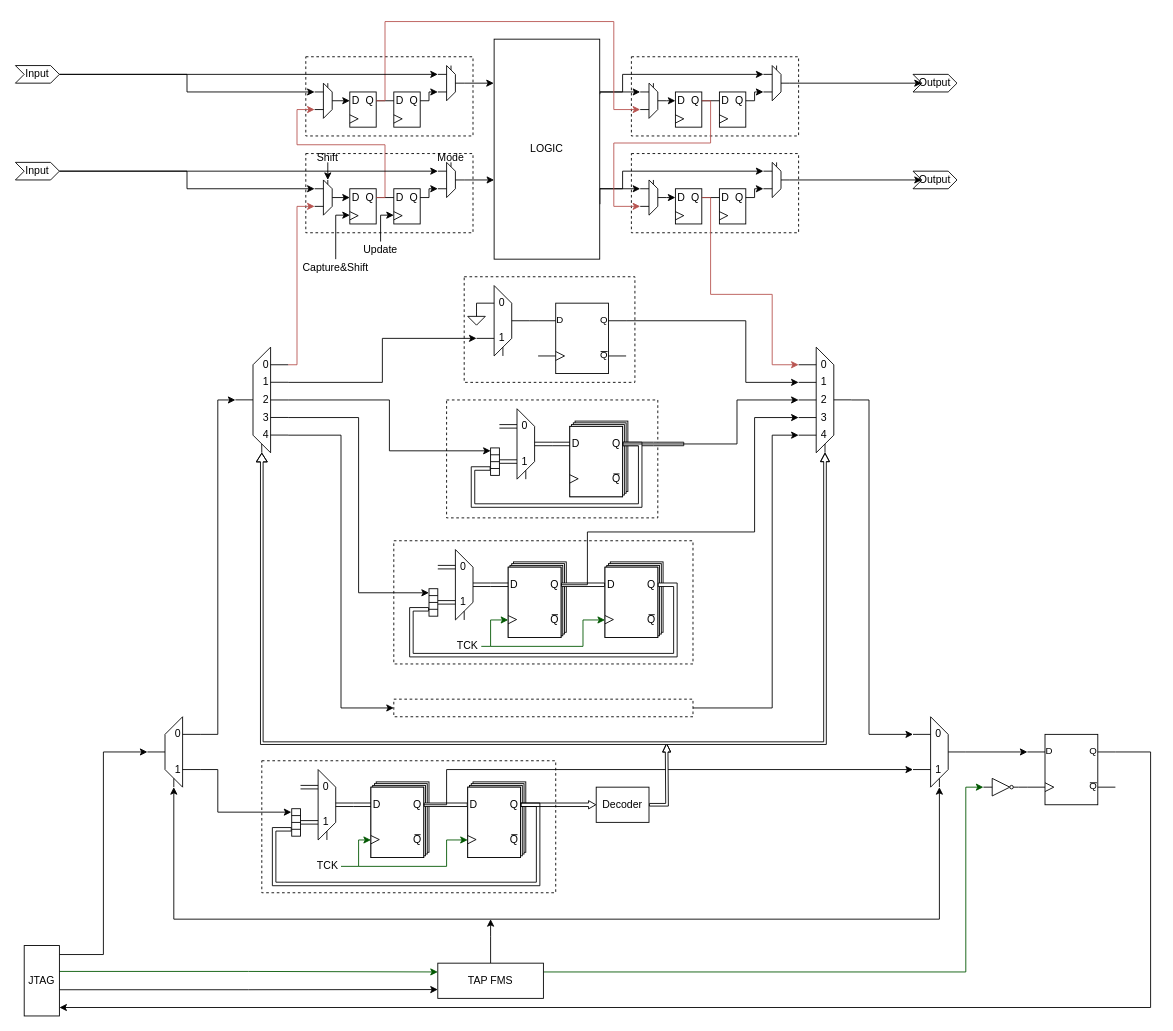
This is JTAG.drawio from Verdvana/JTAG, a draw.io file, before an edit. Source tidied: cells renumbered, new cells numbered last; positions are measured from the earlier drawing's top-left corner, leaving out a move shared by most shapes. Both pictures are drawn from the tidied source at 88%, with x=0, y=0 at pixel (15, 21).
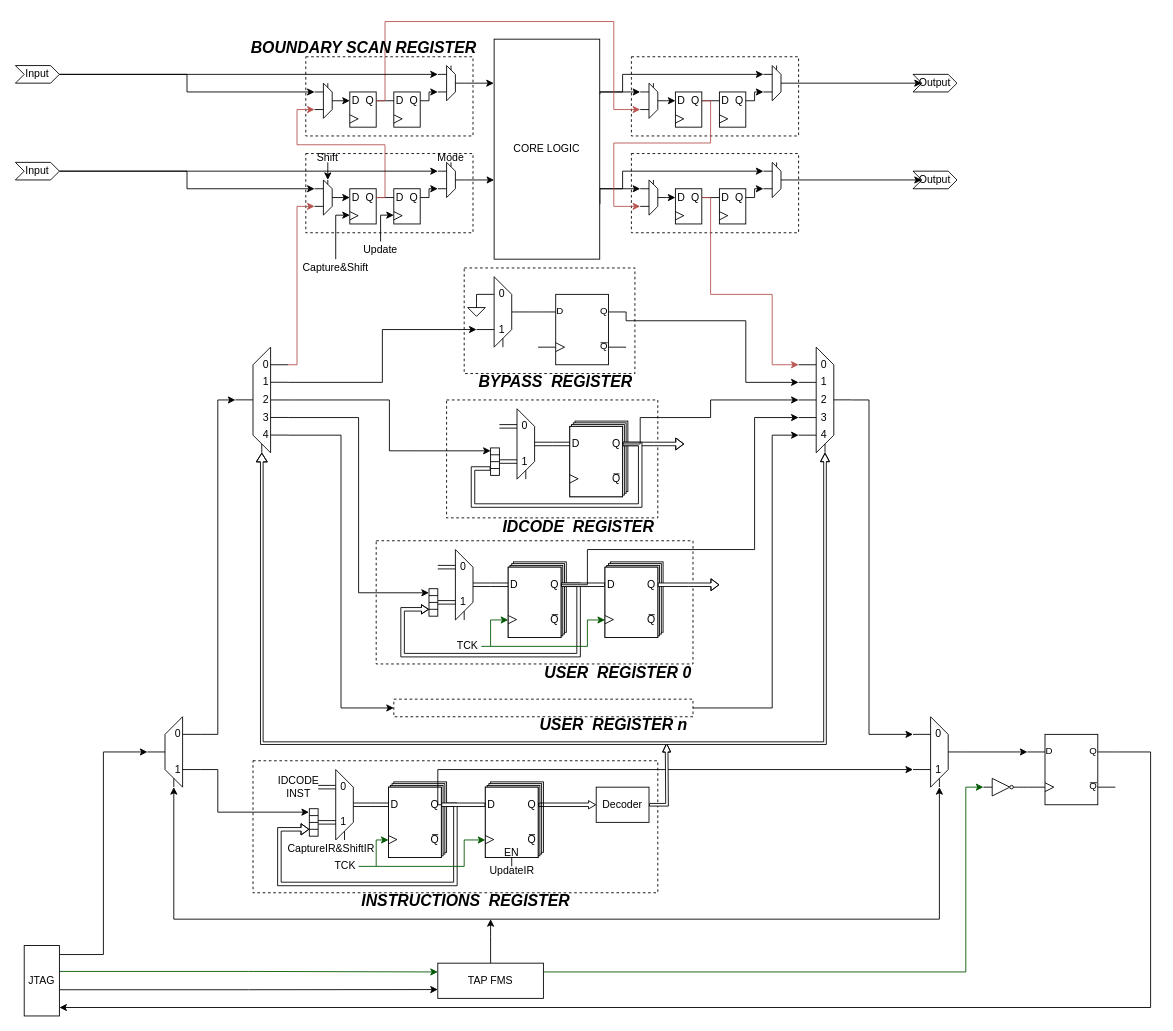
The same diagram, later.

The change refers to these unchanged cells:
```xml
<mxCell id="7" style="group;" parent="1" vertex="1">
  <mxGeometry x="630" y="454" width="100" height="110" as="geometry" />
</mxCell>
<mxCell id="17" value="Q" style="text;align=center;html=1;verticalAlign=middle;whiteSpace=wrap;rounded=0;" parent="7" vertex="1">
  <mxGeometry x="46" y="20" width="14" height="12" as="geometry" />
</mxCell>
<mxCell id="58" style="whiteSpace=wrap;html=1;" parent="53" vertex="1">
  <mxGeometry y="6" width="60" height="80" as="geometry" />
</mxCell>
<mxCell id="61" value="D" style="text;strokeColor=none;align=center;fillColor=none;html=1;verticalAlign=middle;whiteSpace=wrap;rounded=0;" parent="53" vertex="1">
  <mxGeometry y="20" width="14" height="12" as="geometry" />
</mxCell>
<mxCell id="62" value="Q" style="text;strokeColor=none;align=center;fillColor=none;html=1;verticalAlign=middle;whiteSpace=wrap;rounded=0;" parent="53" vertex="1">
  <mxGeometry x="46" y="20" width="14" height="12" as="geometry" />
</mxCell>
<mxCell id="86" style="whiteSpace=wrap;html=1;" parent="81" vertex="1">
  <mxGeometry y="6" width="60" height="80" as="geometry" />
</mxCell>
<mxCell id="90" value="Q" style="text;strokeColor=none;align=center;fillColor=none;html=1;verticalAlign=middle;whiteSpace=wrap;rounded=0;" parent="81" vertex="1">
  <mxGeometry x="46" y="20" width="14" height="12" as="geometry" />
</mxCell>
<mxCell id="100" style="whiteSpace=wrap;html=1;" parent="95" vertex="1">
  <mxGeometry y="6" width="60" height="80" as="geometry" />
</mxCell>
<mxCell id="104" value="Q" style="text;strokeColor=none;align=center;fillColor=none;html=1;verticalAlign=middle;whiteSpace=wrap;rounded=0;" parent="95" vertex="1">
  <mxGeometry x="46" y="20" width="14" height="12" as="geometry" />
</mxCell>
<mxCell id="119" style="whiteSpace=wrap;html=1;rotation=-90;" parent="1" vertex="1">
  <mxGeometry x="459.4" y="655.1" width="31.2" height="10" as="geometry" />
</mxCell>
<mxCell id="128" style="whiteSpace=wrap;html=1;" parent="123" vertex="1">
  <mxGeometry y="6" width="60" height="80" as="geometry" />
</mxCell>
<mxCell id="132" value="Q" style="text;strokeColor=none;align=center;fillColor=none;html=1;verticalAlign=middle;whiteSpace=wrap;rounded=0;" parent="123" vertex="1">
  <mxGeometry x="46" y="20" width="14" height="12" as="geometry" />
</mxCell>
<mxCell id="163" style="group;" parent="1" vertex="1">
  <mxGeometry x="1020" y="790" width="60" height="80" as="geometry" />
</mxCell>
<mxCell id="196" style="group;points=[[0,0,0,0,20],[0,0.25,0,0,10],[0,0.5,0,0,0],[0,0.75,0,0,-10],[0,1,0,0,-20],[0.5,1,0,0,0],[1,0.5,0,0,0]];" parent="1" vertex="1">
  <mxGeometry x="890" y="370" width="60" height="120" as="geometry" />
</mxCell>
```

What changed in the source:
```diff
@@
     <mxCell id="4" style="rounded=0;whiteSpace=wrap;html=1;fillColor=none;dashed=1;" parent="1" vertex="1">
-      <mxGeometry x="280" y="840" width="334" height="150" as="geometry" />
+      <mxGeometry x="270" y="840" width="460" height="150" as="geometry" />
     </mxCell>
     <mxCell id="5" style="rounded=0;whiteSpace=wrap;html=1;fillColor=none;dashed=1;" parent="1" vertex="1">
-      <mxGeometry x="430" y="590" width="340" height="140" as="geometry" />
+      <mxGeometry x="410" y="590" width="360" height="140" as="geometry" />
     </mxCell>
     <mxCell id="6" style="rounded=0;whiteSpace=wrap;html=1;fillColor=none;dashed=1;" parent="1" vertex="1">
-      <mxGeometry x="510" y="290" width="194" height="120" as="geometry" />
+      <mxGeometry x="510" y="280" width="194" height="120" as="geometry" />
     </mxCell>
@@
-    <mxCell id="20" style="edgeStyle=orthogonalEdgeStyle;rounded=0;jettySize=auto;html=1;exitX=1;exitY=0.5;exitDx=0;exitDy=0;shape=flexArrow;endArrow=none;endFill=0;width=4;fillColor=default;" parent="7" edge="1" source="17">
+    <mxCell id="20" style="edgeStyle=orthogonalEdgeStyle;rounded=0;jettySize=auto;html=1;exitX=1;exitY=0.5;exitDx=0;exitDy=0;shape=flexArrow;endArrow=block;endFill=0;width=4;fillColor=default;endWidth=8.524590163934427;endSize=2.695081967213115;" parent="7" edge="1" source="17">
       <mxGeometry relative="1" as="geometry">
         <mxPoint x="130" y="26" as="targetPoint" />
       </mxGeometry>
     </mxCell>
@@
     <mxCell id="22" style="verticalLabelPosition=bottom;shadow=0;dashed=0;align=center;html=1;verticalAlign=top;shape=mxgraph.electrical.logic_gates.d_type_flip-flop;" parent="1" vertex="1">
-      <mxGeometry x="594" y="320" width="100" height="80" as="geometry" />
+      <mxGeometry x="594" y="310" width="100" height="80" as="geometry" />
     </mxCell>
     <mxCell id="23" style="group;" parent="1" vertex="1">
-      <mxGeometry x="524" y="300" width="60" height="80" as="geometry" />
+      <mxGeometry x="524" y="290" width="60" height="80" as="geometry" />
     </mxCell>
@@
     <mxCell id="34" style="edgeStyle=orthogonalEdgeStyle;rounded=0;jettySize=auto;html=1;exitX=0;exitY=0.25;exitDx=0;exitDy=0;endArrow=none;endFill=0;" parent="1" edge="1" source="23">
       <mxGeometry relative="1" as="geometry">
-        <mxPoint x="524" y="330" as="targetPoint" />
+        <mxPoint x="524" y="320" as="targetPoint" />
       </mxGeometry>
     </mxCell>
     <mxCell id="35" style="verticalLabelPosition=bottom;shadow=0;dashed=0;align=center;html=1;verticalAlign=top;shape=mxgraph.electrical.signal_sources.signal_ground;" parent="1" vertex="1">
-      <mxGeometry x="514" y="330" width="20" height="15" as="geometry" />
+      <mxGeometry x="514" y="320" width="20" height="15" as="geometry" />
     </mxCell>
@@
     <mxCell id="53" style="group;" parent="1" vertex="1">
-      <mxGeometry x="404" y="864" width="66" height="86" as="geometry" />
+      <mxGeometry x="424" y="864" width="66" height="86" as="geometry" />
     </mxCell>
@@
     <mxCell id="65" style="edgeStyle=orthogonalEdgeStyle;rounded=0;jettySize=auto;html=1;exitX=1;exitY=0.5;exitDx=0;exitDy=0;entryX=0;entryY=0.5;entryDx=0;entryDy=0;endArrow=none;endFill=0;shape=link;" parent="1" edge="1" target="61">
       <mxGeometry relative="1" as="geometry">
-        <mxPoint x="384" y="890" as="sourcePoint" />
+        <mxPoint x="404" y="890" as="sourcePoint" />
       </mxGeometry>
     </mxCell>
     <mxCell id="66" style="group;" parent="1" vertex="1">
-      <mxGeometry x="324" y="850" width="60" height="80" as="geometry" />
+      <mxGeometry x="344" y="850" width="60" height="80" as="geometry" />
     </mxCell>
@@
     <mxCell id="77" style="whiteSpace=wrap;html=1;rotation=-90;" parent="1" vertex="1">
-      <mxGeometry x="303.4" y="905.1" width="31.2" height="10" as="geometry" />
+      <mxGeometry x="323.4" y="905.1" width="31.2" height="10" as="geometry" />
     </mxCell>
@@
     <mxCell id="81" style="group;" parent="1" vertex="1">
-      <mxGeometry x="514" y="864" width="66" height="86" as="geometry" />
+      <mxGeometry x="534" y="864" width="66" height="86" as="geometry" />
     </mxCell>
@@
+    <mxCell id="398" value="EN" style="text;strokeColor=none;align=center;fillColor=none;html=1;verticalAlign=middle;whiteSpace=wrap;rounded=0;" parent="81" vertex="1">
+      <mxGeometry x="20" y="76" width="20" height="10" as="geometry" />
+    </mxCell>
-    <mxCell id="93" style="edgeStyle=orthogonalEdgeStyle;rounded=0;jettySize=auto;html=1;exitX=1;exitY=0.5;exitDx=0;exitDy=0;entryX=0.25;entryY=0;entryDx=0;entryDy=0;shape=flexArrow;endArrow=none;endFill=0;width=4;fillColor=default;" parent="1" edge="1" source="90" target="77">
+    <mxCell id="93" style="edgeStyle=orthogonalEdgeStyle;rounded=0;jettySize=auto;html=1;entryX=0.25;entryY=0;entryDx=0;entryDy=0;shape=flexArrow;endArrow=block;endFill=0;width=4;fillColor=default;endWidth=7.792207792207792;endSize=2.644155844155844;" parent="1" edge="1" target="77">
       <mxGeometry relative="1" as="geometry">
+        <mxPoint x="490" y="890" as="sourcePoint" />
         <Array as="points">
-          <mxPoint x="594" y="890" />
-          <mxPoint x="594" y="980" />
-          <mxPoint x="294" y="980" />
-          <mxPoint x="294" y="918" />
+          <mxPoint x="500" y="890" />
+          <mxPoint x="500" y="980" />
+          <mxPoint x="300" y="980" />
+          <mxPoint x="300" y="918" />
         </Array>
       </mxGeometry>
     </mxCell>
@@
-    <mxCell id="135" style="edgeStyle=orthogonalEdgeStyle;rounded=0;jettySize=auto;html=1;exitX=1;exitY=0.5;exitDx=0;exitDy=0;entryX=0.25;entryY=0;entryDx=0;entryDy=0;shape=flexArrow;endArrow=none;endFill=0;width=4;fillColor=default;" parent="1" edge="1" source="132" target="119">
+    <mxCell id="135" style="edgeStyle=orthogonalEdgeStyle;rounded=0;jettySize=auto;html=1;exitX=1;exitY=0.5;exitDx=0;exitDy=0;entryX=0.25;entryY=0;entryDx=0;entryDy=0;shape=flexArrow;endArrow=block;endFill=0;width=4;fillColor=default;endWidth=5.454545454545454;endSize=2.3506493506493507;" parent="1" edge="1" source="104" target="119">
       <mxGeometry relative="1" as="geometry">
         <Array as="points">
-          <mxPoint x="750" y="640" />
-          <mxPoint x="750" y="720" />
-          <mxPoint x="450" y="720" />
-          <mxPoint x="450" y="668" />
+          <mxPoint x="640" y="640" />
+          <mxPoint x="640" y="720" />
+          <mxPoint x="440" y="720" />
+          <mxPoint x="440" y="668" />
         </Array>
       </mxGeometry>
     </mxCell>
@@
-    <mxCell id="137" style="edgeStyle=orthogonalEdgeStyle;rounded=0;jettySize=auto;html=1;exitX=0;exitY=0.75;exitDx=0;exitDy=0;entryX=0;entryY=0.75;entryDx=0;entryDy=0;endArrow=classic;endFill=1;fillColor=#008a00;strokeColor=#005700;startArrow=classic;startFill=1;" parent="1" edge="1" source="86" target="58">
-      <mxGeometry relative="1" as="geometry">
-        <Array as="points">
-          <mxPoint x="490" y="930" />
-          <mxPoint x="490" y="960" />
-          <mxPoint x="390" y="960" />
-          <mxPoint x="390" y="930" />
-        </Array>
-      </mxGeometry>
-    </mxCell>
     <mxCell id="138" style="edgeStyle=orthogonalEdgeStyle;rounded=0;jettySize=auto;html=1;exitX=0;exitY=0.75;exitDx=0;exitDy=0;entryX=0;entryY=0.75;entryDx=0;entryDy=0;endArrow=classic;endFill=1;fillColor=#008a00;strokeColor=#005700;startArrow=classic;startFill=1;" parent="1" edge="1" source="128" target="100">
       <mxGeometry relative="1" as="geometry">
         <Array as="points">
-          <mxPoint x="645" y="680" />
-          <mxPoint x="645" y="710" />
+          <mxPoint x="650" y="680" />
+          <mxPoint x="650" y="710" />
           <mxPoint x="540" y="710" />
           <mxPoint x="540" y="680" />
         </Array>
       </mxGeometry>
     </mxCell>
@@
     <mxCell id="175" style="edgeStyle=orthogonalEdgeStyle;rounded=0;jettySize=auto;html=1;exitX=1;exitY=0.5;exitDx=0;exitDy=0;entryX=0;entryY=0.5;entryDx=0;entryDy=0;entryPerimeter=0;" parent="1" edge="1" source="17" target="196">
       <mxGeometry relative="1" as="geometry">
         <Array as="points">
-          <mxPoint x="820" y="480" />
-          <mxPoint x="820" y="430" />
+          <mxPoint x="710" y="480" />
+          <mxPoint x="710" y="450" />
+          <mxPoint x="790" y="450" />
+          <mxPoint x="790" y="430" />
         </Array>
       </mxGeometry>
     </mxCell>
     <mxCell id="176" style="edgeStyle=orthogonalEdgeStyle;rounded=0;jettySize=auto;html=1;exitX=1;exitY=0.5;exitDx=0;exitDy=0;entryX=0;entryY=0.75;entryDx=0;entryDy=-10;entryPerimeter=0;" parent="1" edge="1" source="104" target="196">
       <mxGeometry relative="1" as="geometry">
         <Array as="points">
           <mxPoint x="650" y="640" />
-          <mxPoint x="650" y="580" />
-          <mxPoint x="840" y="580" />
+          <mxPoint x="650" y="600" />
+          <mxPoint x="840" y="600" />
           <mxPoint x="840" y="450" />
         </Array>
       </mxGeometry>
     </mxCell>
@@
     <mxCell id="217" style="edgeStyle=orthogonalEdgeStyle;rounded=0;jettySize=auto;html=1;exitX=1;exitY=0.5;exitDx=0;exitDy=0;entryX=0;entryY=0.75;entryDx=0;entryDy=0;" parent="1" edge="1" source="62" target="163">
       <mxGeometry relative="1" as="geometry">
         <Array as="points">
-          <mxPoint x="490" y="890" />
-          <mxPoint x="490" y="850" />
+          <mxPoint x="480" y="890" />
+          <mxPoint x="480" y="850" />
         </Array>
       </mxGeometry>
     </mxCell>
@@
-    <mxCell id="301" value="&lt;div&gt;LOGIC&lt;/div&gt;" style="rounded=0;whiteSpace=wrap;html=1;" parent="1" vertex="1">
+    <mxCell id="301" value="&lt;div&gt;CORE LOGIC&lt;/div&gt;" style="rounded=0;whiteSpace=wrap;html=1;" parent="1" vertex="1">
       <mxGeometry x="544" y="20" width="120" height="250" as="geometry" />
     </mxCell>
@@
     <mxCell id="388" style="edgeStyle=orthogonalEdgeStyle;rounded=0;jettySize=auto;html=1;exitX=1;exitY=0.5;exitDx=0;exitDy=0;endArrow=none;endFill=0;fillColor=#008a00;strokeColor=#005700;" parent="1" edge="1" source="389">
       <mxGeometry relative="1" as="geometry">
-        <mxPoint x="390" y="960" as="targetPoint" />
+        <mxPoint x="410" y="960" as="targetPoint" />
       </mxGeometry>
     </mxCell>
     <mxCell id="389" value="TCK" style="text;strokeColor=none;align=center;fillColor=none;html=1;verticalAlign=middle;whiteSpace=wrap;rounded=0;" parent="1" vertex="1">
-      <mxGeometry x="340" y="950" width="30" height="20" as="geometry" />
+      <mxGeometry x="360" y="950" width="30" height="20" as="geometry" />
     </mxCell>
@@
+    <mxCell id="399" value="IDCODE INST" style="text;strokeColor=none;align=center;fillColor=none;html=1;verticalAlign=middle;whiteSpace=wrap;rounded=0;" parent="1" vertex="1">
+      <mxGeometry x="300" y="855" width="44" height="30" as="geometry" />
+    </mxCell>
+    <mxCell id="137" style="edgeStyle=orthogonalEdgeStyle;rounded=0;jettySize=auto;html=1;exitX=0;exitY=0.75;exitDx=0;exitDy=0;entryX=0;entryY=0.75;entryDx=0;entryDy=0;endArrow=classic;endFill=1;fillColor=#008a00;strokeColor=#005700;startArrow=classic;startFill=1;" parent="1" edge="1" source="86" target="58">
+      <mxGeometry relative="1" as="geometry">
+        <Array as="points">
+          <mxPoint x="510" y="930" />
+          <mxPoint x="510" y="960" />
+          <mxPoint x="410" y="960" />
+          <mxPoint x="410" y="930" />
+        </Array>
+      </mxGeometry>
+    </mxCell>
+    <mxCell id="400" value="CaptureIR&amp;amp;ShiftIR" style="text;strokeColor=none;align=center;fillColor=none;html=1;verticalAlign=middle;whiteSpace=wrap;rounded=0;" parent="1" vertex="1">
+      <mxGeometry x="344" y="930" width="30" height="20" as="geometry" />
+    </mxCell>
+    <mxCell id="401" style="edgeStyle=orthogonalEdgeStyle;rounded=0;jettySize=auto;html=1;exitX=0.5;exitY=0;exitDx=0;exitDy=0;entryX=0.5;entryY=1;entryDx=0;entryDy=0;endArrow=none;endFill=0;" parent="1" edge="1" source="402" target="398">
+      <mxGeometry relative="1" as="geometry" />
+    </mxCell>
+    <mxCell id="402" value="UpdateIR" style="text;strokeColor=none;align=center;fillColor=none;html=1;verticalAlign=middle;whiteSpace=wrap;rounded=0;" parent="1" vertex="1">
+      <mxGeometry x="536.5" y="960" width="55" height="10" as="geometry" />
+    </mxCell>
+    <mxCell id="403" value="&lt;i&gt;&lt;font style=&quot;font-size: 18px;&quot;&gt;&lt;b&gt;INSTRUCTIONS&amp;nbsp; REGISTER&lt;/b&gt;&lt;/font&gt;&lt;/i&gt;" style="text;strokeColor=none;align=center;fillColor=none;html=1;verticalAlign=middle;whiteSpace=wrap;rounded=0;" parent="1" vertex="1">
+      <mxGeometry x="390" y="990" width="244" height="20" as="geometry" />
+    </mxCell>
+    <mxCell id="404" value="&lt;i&gt;&lt;font style=&quot;font-size: 18px;&quot;&gt;&lt;b&gt;USER&amp;nbsp; REGISTER 0&lt;/b&gt;&lt;/font&gt;&lt;/i&gt;" style="text;strokeColor=none;align=center;fillColor=none;html=1;verticalAlign=middle;whiteSpace=wrap;rounded=0;" parent="1" vertex="1">
+      <mxGeometry x="600" y="730" width="170" height="20" as="geometry" />
+    </mxCell>
+    <mxCell id="405" value="&lt;i&gt;&lt;font style=&quot;font-size: 18px;&quot;&gt;&lt;b&gt;USER&amp;nbsp; REGISTER n&lt;/b&gt;&lt;/font&gt;&lt;/i&gt;" style="text;strokeColor=none;align=center;fillColor=none;html=1;verticalAlign=middle;whiteSpace=wrap;rounded=0;" parent="1" vertex="1">
+      <mxGeometry x="590" y="790" width="180" height="20" as="geometry" />
+    </mxCell>
+    <mxCell id="406" value="&lt;i&gt;&lt;font style=&quot;font-size: 18px;&quot;&gt;&lt;b&gt;IDCODE&amp;nbsp; REGISTER&lt;/b&gt;&lt;/font&gt;&lt;/i&gt;" style="text;strokeColor=none;align=center;fillColor=none;html=1;verticalAlign=middle;whiteSpace=wrap;rounded=0;" parent="1" vertex="1">
+      <mxGeometry x="550" y="564" width="180" height="20" as="geometry" />
+    </mxCell>
+    <mxCell id="407" value="&lt;i&gt;&lt;font style=&quot;font-size: 18px;&quot;&gt;&lt;b&gt;BYPASS&amp;nbsp; REGISTER&lt;/b&gt;&lt;/font&gt;&lt;/i&gt;" style="text;strokeColor=none;align=center;fillColor=none;html=1;verticalAlign=middle;whiteSpace=wrap;rounded=0;" parent="1" vertex="1">
+      <mxGeometry x="524" y="400" width="180" height="20" as="geometry" />
+    </mxCell>
+    <mxCell id="408" value="&lt;span style=&quot;font-size: 18px;&quot;&gt;&lt;b&gt;&lt;i&gt;BOUNDARY SCAN REGISTER&lt;/i&gt;&lt;/b&gt;&lt;/span&gt;" style="text;strokeColor=none;align=center;fillColor=none;html=1;verticalAlign=middle;whiteSpace=wrap;rounded=0;" parent="1" vertex="1">
+      <mxGeometry x="263.4" y="20" width="266" height="20" as="geometry" />
+    </mxCell>
+    <mxCell id="409" style="edgeStyle=orthogonalEdgeStyle;rounded=0;jettySize=auto;html=1;exitX=1;exitY=0.5;exitDx=0;exitDy=0;shape=flexArrow;endArrow=block;endFill=0;width=4;fillColor=default;endWidth=8.524590163934427;endSize=2.695081967213115;" parent="1" edge="1" source="132">
+      <mxGeometry relative="1" as="geometry">
+        <mxPoint x="800" y="640" as="targetPoint" />
+      </mxGeometry>
+    </mxCell>
```
